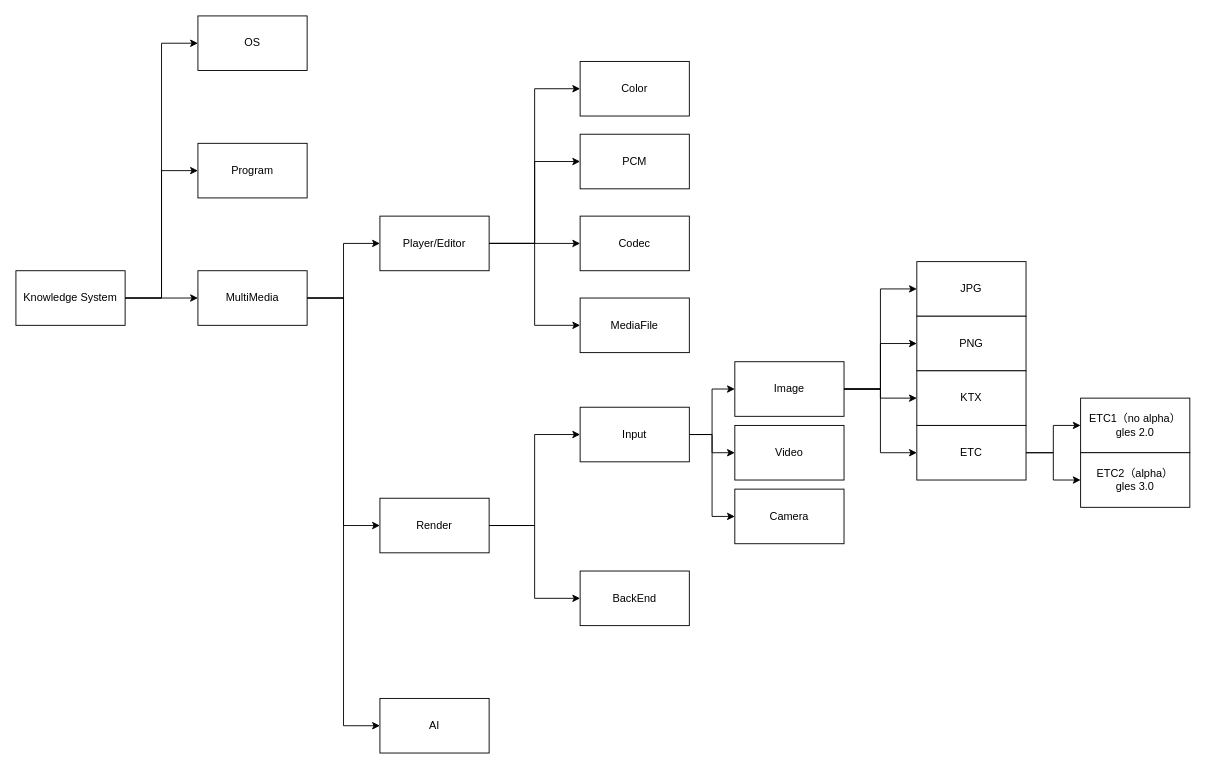
The draw.io diagram KnowledgeSystem.drawio in loleng/mediatools, before the edit. Source tidied: cells renumbered, new cells numbered last; positions are measured from the earlier drawing's top-left corner, leaving out a move shared by most shapes. Both pictures are drawn from the tidied source at 91%, with x=0, y=0 at pixel (15, 15).
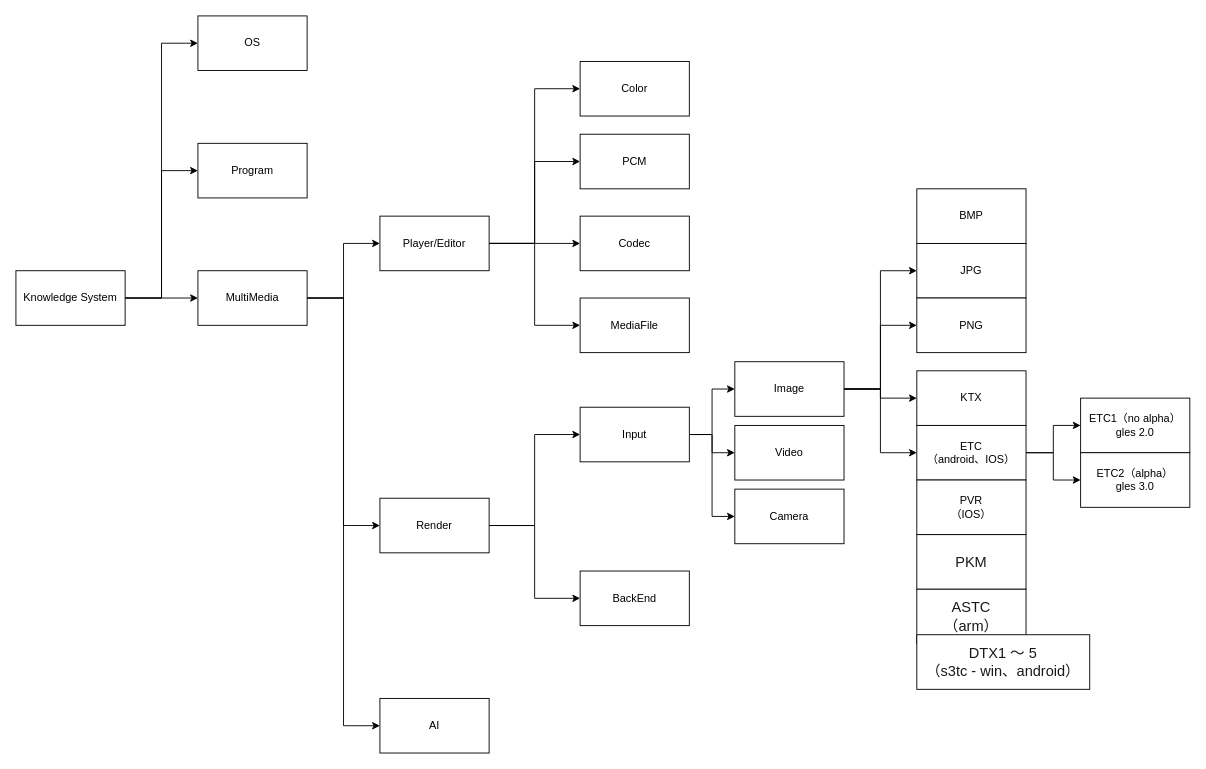
The same diagram, later.

What changed in the source:
```diff
@@
     <mxCell id="37" value="JPG" style="whiteSpace=wrap;html=1;" parent="1" vertex="1">
-      <mxGeometry x="990" y="270" width="120" height="60" as="geometry" />
+      <mxGeometry x="990" y="250" width="120" height="60" as="geometry" />
     </mxCell>
     <mxCell id="38" value="PNG" style="whiteSpace=wrap;html=1;" parent="1" vertex="1">
-      <mxGeometry x="990" y="330" width="120" height="60" as="geometry" />
+      <mxGeometry x="990" y="310" width="120" height="60" as="geometry" />
     </mxCell>
@@
-    <mxCell id="42" value="ETC" style="whiteSpace=wrap;html=1;" parent="1" vertex="1">
+    <mxCell id="42" value="ETC&lt;br&gt;（android、IOS）" style="whiteSpace=wrap;html=1;" parent="1" vertex="1">
       <mxGeometry x="990" y="450" width="120" height="60" as="geometry" />
     </mxCell>
@@
+    <mxCell id="45" value="PVR&lt;br&gt;（IOS）" style="whiteSpace=wrap;html=1;" parent="1" vertex="1">
+      <mxGeometry x="990" y="510" width="120" height="60" as="geometry" />
+    </mxCell>
+    <mxCell id="46" value="&lt;span style=&quot;color: rgba(0 , 0 , 0 , 0.9) ; font-family: , &amp;#34;blinkmacsystemfont&amp;#34; , &amp;#34;helvetica neue&amp;#34; , &amp;#34;pingfang sc&amp;#34; , &amp;#34;hiragino sans gb&amp;#34; , &amp;#34;microsoft yahei ui&amp;#34; , &amp;#34;microsoft yahei&amp;#34; , &amp;#34;arial&amp;#34; , sans-serif ; font-size: 16px ; background-color: rgb(255 , 255 , 255)&quot;&gt;PKM&lt;/span&gt;" style="rounded=0;whiteSpace=wrap;html=1;" parent="1" vertex="1">
+      <mxGeometry x="990" y="570" width="120" height="60" as="geometry" />
+    </mxCell>
+    <mxCell id="47" value="&lt;span style=&quot;color: rgba(0 , 0 , 0 , 0.9) ; font-family: , &amp;#34;blinkmacsystemfont&amp;#34; , &amp;#34;helvetica neue&amp;#34; , &amp;#34;pingfang sc&amp;#34; , &amp;#34;hiragino sans gb&amp;#34; , &amp;#34;microsoft yahei ui&amp;#34; , &amp;#34;microsoft yahei&amp;#34; , &amp;#34;arial&amp;#34; , sans-serif ; font-size: 16px ; background-color: rgb(255 , 255 , 255)&quot;&gt;ASTC&lt;br&gt;（arm）&lt;/span&gt;" style="rounded=0;whiteSpace=wrap;html=1;" parent="1" vertex="1">
+      <mxGeometry x="990" y="630" width="120" height="60" as="geometry" />
+    </mxCell>
+    <mxCell id="48" value="BMP" style="whiteSpace=wrap;html=1;" parent="1" vertex="1">
+      <mxGeometry x="990" y="190" width="120" height="60" as="geometry" />
+    </mxCell>
+    <mxCell id="49" value="&lt;span style=&quot;color: rgba(0 , 0 , 0 , 0.9) ; font-family: , &amp;#34;blinkmacsystemfont&amp;#34; , &amp;#34;helvetica neue&amp;#34; , &amp;#34;pingfang sc&amp;#34; , &amp;#34;hiragino sans gb&amp;#34; , &amp;#34;microsoft yahei ui&amp;#34; , &amp;#34;microsoft yahei&amp;#34; , &amp;#34;arial&amp;#34; , sans-serif ; font-size: 16px ; background-color: rgb(255 , 255 , 255)&quot;&gt;DTX1 ～ 5&lt;br&gt;（s3tc - win、android）&lt;br&gt;&lt;/span&gt;" style="rounded=0;whiteSpace=wrap;html=1;" parent="1" vertex="1">
+      <mxGeometry x="990" y="680" width="190" height="60" as="geometry" />
+    </mxCell>
```
